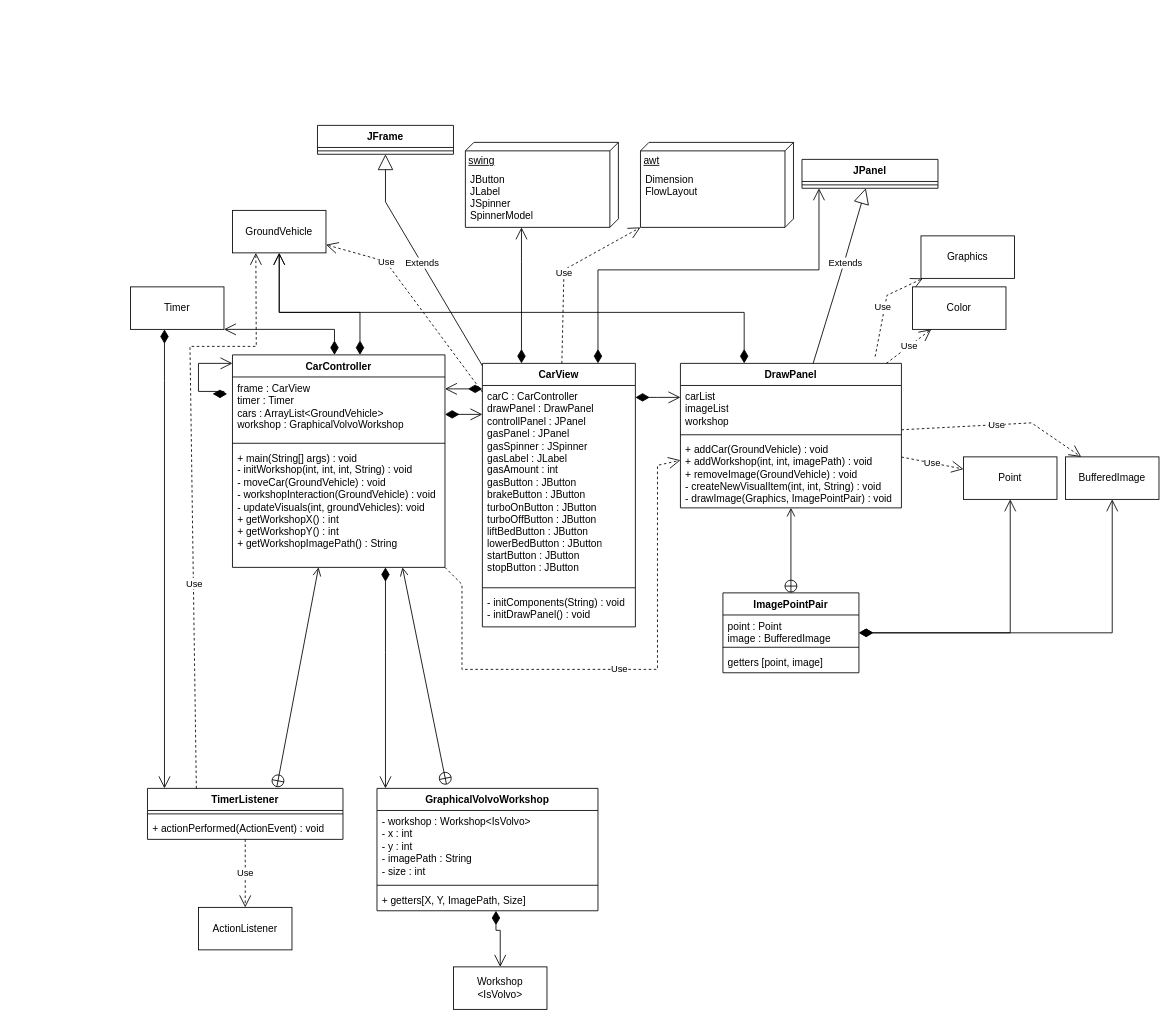
sophucking/Grupp16Labb3 keeps this draw.io diagram as Task2UML.drawio. Above is the earlier version. Source tidied: cells renumbered, new cells numbered last; positions are measured from the earlier drawing's top-left corner, leaving out a move shared by most shapes. Both pictures are drawn from the tidied source at 85%, with x=0, y=0 at pixel (130, 125).
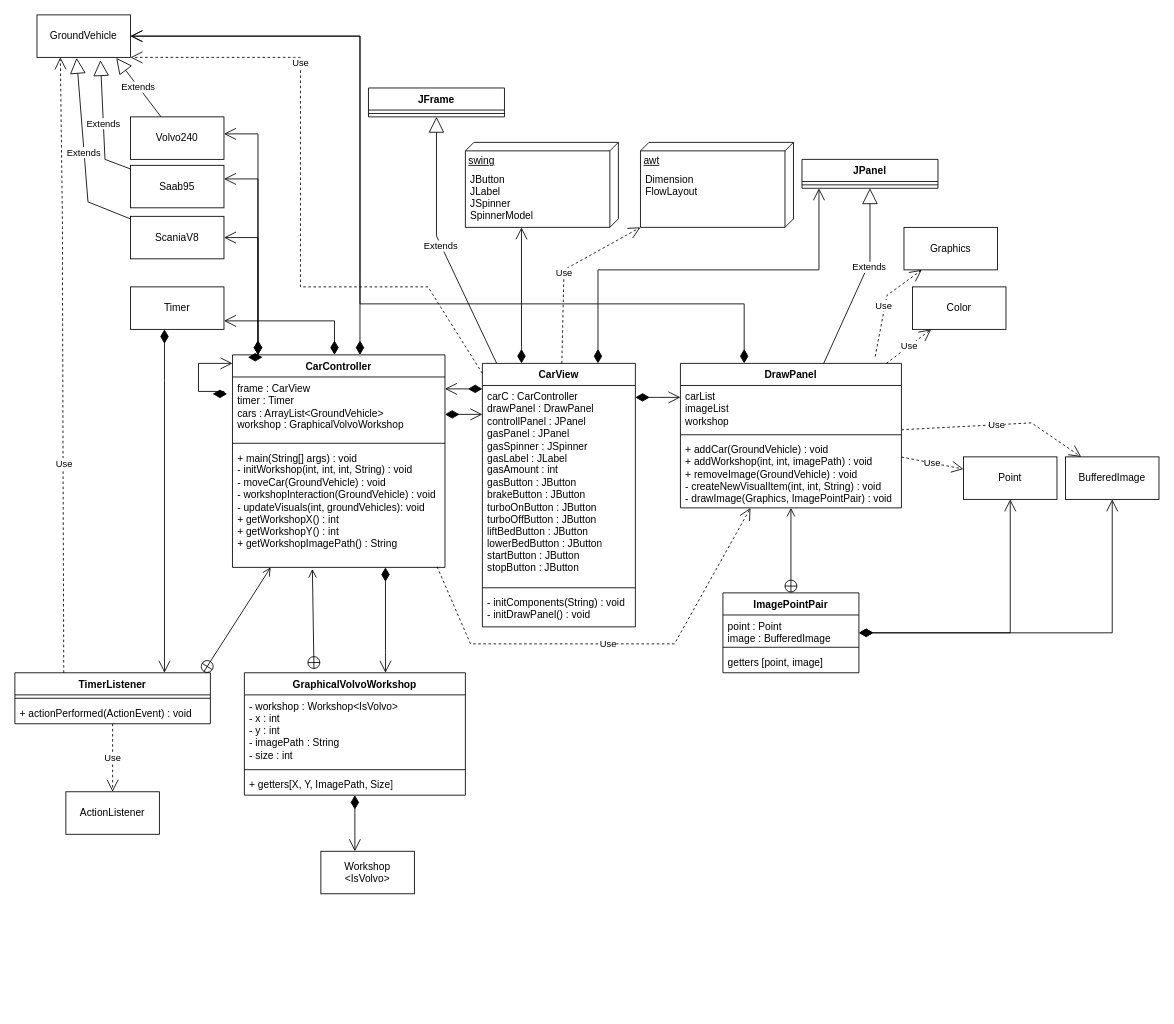
Above is the later version.

The change refers to these unchanged cells:
```xml
<mxCell id="2" value="&lt;div&gt;CarController&lt;/div&gt;" style="swimlane;fontStyle=1;align=center;verticalAlign=top;horizontal=1;startSize=26;whiteSpace=wrap;html=1;" parent="1" vertex="1">
  <mxGeometry x="120" y="270" width="250" height="250" as="geometry" />
</mxCell>
<mxCell id="5" value="&lt;div&gt;+ main(String[] args) : void&lt;/div&gt;&lt;div&gt;- initWorkshop(int, int, int, String) : void&lt;/div&gt;&lt;div&gt;- moveCar(GroundVehicle) : void&lt;br&gt;&lt;/div&gt;&lt;div&gt;- workshopInteraction(GroundVehicle) : void&lt;/div&gt;&lt;div&gt;- updateVisuals(int, groundVehicles): void&lt;/div&gt;&lt;div&gt;+ getWorkshopX() : int&lt;/div&gt;&lt;div&gt;+ getWorkshopY() : int&lt;/div&gt;&lt;div&gt;+ getWorkshopImagePath() : String&lt;br&gt;&lt;/div&gt;" style="text;strokeColor=none;fillColor=none;align=left;verticalAlign=top;spacingLeft=4;spacingRight=4;overflow=hidden;points=[[0,0.5],[1,0.5]];portConstraint=eastwest;whiteSpace=wrap;html=1;" parent="2" vertex="1">
  <mxGeometry y="108" width="250" height="142" as="geometry" />
</mxCell>
<mxCell id="7" value="CarView" style="swimlane;fontStyle=1;align=center;verticalAlign=top;horizontal=1;startSize=26;whiteSpace=wrap;html=1;" parent="1" vertex="1">
  <mxGeometry x="414" y="280" width="180" height="310" as="geometry" />
</mxCell>
<mxCell id="11" value="DrawPanel" style="swimlane;fontStyle=1;align=center;verticalAlign=top;horizontal=1;startSize=26;whiteSpace=wrap;html=1;" parent="1" vertex="1">
  <mxGeometry x="647" y="280" width="260" height="170" as="geometry" />
</mxCell>
<mxCell id="27" value="swing" style="verticalAlign=top;align=left;spacingTop=8;spacingLeft=2;spacingRight=12;shape=cube;size=10;direction=south;fontStyle=4;html=1;whiteSpace=wrap;" parent="1" vertex="1">
  <mxGeometry x="394" y="20" width="180" height="100" as="geometry" />
</mxCell>
<mxCell id="58" value="Timer" style="html=1;whiteSpace=wrap;" parent="1" vertex="1">
  <mxGeometry y="190" width="110" height="50" as="geometry" />
</mxCell>
<mxCell id="65" value="JPanel" style="swimlane;fontStyle=1;align=center;verticalAlign=top;horizontal=1;startSize=26;whiteSpace=wrap;html=1;" parent="1" vertex="1">
  <mxGeometry x="790" y="40" width="160" height="34" as="geometry" />
</mxCell>
```

The edit, as a diff of the source:
```diff
@@
     <mxCell id="15" value="&lt;div&gt;GraphicalVolvoWorkshop&lt;/div&gt;" style="swimlane;fontStyle=1;align=center;verticalAlign=top;horizontal=1;startSize=26;whiteSpace=wrap;html=1;" parent="1" vertex="1">
-      <mxGeometry x="290" y="780" width="260" height="144" as="geometry" />
+      <mxGeometry x="134" y="644" width="260" height="144" as="geometry" />
     </mxCell>
@@
-    <mxCell id="19" style="endArrow=open;startArrow=circlePlus;endFill=0;startFill=0;endSize=8;html=1;rounded=0;exitX=0.315;exitY=-0.028;exitDx=0;exitDy=0;entryX=0.8;entryY=1;entryDx=0;entryDy=0;entryPerimeter=0;exitPerimeter=0;" parent="1" edge="1" source="15" target="5">
+    <mxCell id="19" style="endArrow=open;startArrow=circlePlus;endFill=0;startFill=0;endSize=8;html=1;rounded=0;exitX=0.315;exitY=-0.028;exitDx=0;exitDy=0;entryX=0.376;entryY=1.014;entryDx=0;entryDy=0;entryPerimeter=0;exitPerimeter=0;" parent="1" edge="1" source="15" target="5">
       <mxGeometry relative="1" as="geometry" />
     </mxCell>
     <mxCell id="20" value="TimerListener" style="swimlane;fontStyle=1;align=center;verticalAlign=top;horizontal=1;startSize=26;whiteSpace=wrap;html=1;" parent="1" vertex="1">
-      <mxGeometry x="20" y="780" width="230" height="60" as="geometry" />
+      <mxGeometry x="-136" y="644" width="230" height="60" as="geometry" />
     </mxCell>
@@
-    <mxCell id="23" style="endArrow=open;startArrow=circlePlus;endFill=0;startFill=0;endSize=8;html=1;rounded=0;exitX=0.661;exitY=-0.017;exitDx=0;exitDy=0;exitPerimeter=0;" parent="1" edge="1" source="20" target="2">
+    <mxCell id="23" style="endArrow=open;startArrow=circlePlus;endFill=0;startFill=0;endSize=8;html=1;rounded=0;exitX=0.965;exitY=-0.011;exitDx=0;exitDy=0;exitPerimeter=0;" parent="1" edge="1" source="20" target="2">
       <mxGeometry relative="1" as="geometry" />
     </mxCell>
     <mxCell id="24" value="&lt;div&gt;Workshop&lt;/div&gt;&lt;div&gt;&amp;lt;IsVolvo&amp;gt;&lt;/div&gt;" style="html=1;whiteSpace=wrap;" parent="1" vertex="1">
-      <mxGeometry x="380" y="990" width="110" height="50" as="geometry" />
+      <mxGeometry x="224" y="854" width="110" height="50" as="geometry" />
     </mxCell>
     <mxCell id="25" value="1" style="endArrow=open;html=1;endSize=12;startArrow=diamondThin;startSize=14;startFill=1;edgeStyle=orthogonalEdgeStyle;align=left;verticalAlign=bottom;rounded=0;fontColor=none;noLabel=1;" parent="1" edge="1" source="15" target="24">
       <mxGeometry x="-1" y="3" relative="1" as="geometry">
         <Array as="points">
-          <mxPoint x="430" y="947" />
-          <mxPoint x="435" y="947" />
+          <mxPoint x="264" y="830" />
+          <mxPoint x="264" y="830" />
         </Array>
       </mxGeometry>
     </mxCell>
@@
     <mxCell id="29" value="1" style="endArrow=open;html=1;endSize=12;startArrow=diamondThin;startSize=14;startFill=1;edgeStyle=orthogonalEdgeStyle;align=left;verticalAlign=bottom;rounded=0;fontColor=none;noLabel=1;" parent="1" edge="1" source="7" target="27">
       <mxGeometry x="-1" y="3" relative="1" as="geometry">
         <Array as="points">
-          <mxPoint x="460" y="160" />
-          <mxPoint x="460" y="160" />
+          <mxPoint x="460" y="260" />
+          <mxPoint x="460" y="260" />
         </Array>
       </mxGeometry>
     </mxCell>
@@
-    <mxCell id="32" value="Use" style="endArrow=open;endSize=12;dashed=1;html=1;rounded=0;" parent="1" edge="1" source="2" target="11">
+    <mxCell id="32" value="Use" style="endArrow=open;endSize=12;dashed=1;html=1;rounded=0;exitX=0.963;exitY=0.995;exitDx=0;exitDy=0;exitPerimeter=0;" parent="1" edge="1" source="5" target="11">
       <mxGeometry relative="1" as="geometry">
         <Array as="points">
-          <mxPoint x="390" y="540" />
-          <mxPoint x="390" y="640" />
-          <mxPoint x="620" y="640" />
-          <mxPoint x="620" y="400" />
+          <mxPoint x="400" y="610" />
+          <mxPoint x="640" y="610" />
         </Array>
       </mxGeometry>
     </mxCell>
@@
     <mxCell id="35" value="ActionListener" style="html=1;whiteSpace=wrap;" parent="1" vertex="1">
-      <mxGeometry x="80" y="920" width="110" height="50" as="geometry" />
+      <mxGeometry x="-76" y="784" width="110" height="50" as="geometry" />
     </mxCell>
@@
     <mxCell id="37" value="&lt;div&gt;GroundVehicle&lt;/div&gt;" style="html=1;whiteSpace=wrap;" parent="1" vertex="1">
-      <mxGeometry x="120" y="100" width="110" height="50" as="geometry" />
+      <mxGeometry x="-110" y="-130" width="110" height="50" as="geometry" />
     </mxCell>
     <mxCell id="38" value="1" style="endArrow=open;html=1;endSize=12;startArrow=diamondThin;startSize=14;startFill=1;edgeStyle=orthogonalEdgeStyle;align=left;verticalAlign=bottom;rounded=0;fontColor=none;noLabel=1;" parent="1" edge="1" source="2" target="37">
       <mxGeometry x="-1" y="3" relative="1" as="geometry">
         <Array as="points">
-          <mxPoint x="270" y="220" />
-          <mxPoint x="175" y="220" />
+          <mxPoint x="270" y="180" />
+          <mxPoint x="270" y="180" />
         </Array>
       </mxGeometry>
     </mxCell>
-    <mxCell id="39" value="Use" style="endArrow=open;endSize=12;dashed=1;html=1;rounded=0;" parent="1" edge="1" source="7" target="37">
+    <mxCell id="39" value="Use" style="endArrow=open;endSize=12;dashed=1;html=1;rounded=0;entryX=1;entryY=1;entryDx=0;entryDy=0;" parent="1" edge="1" source="7" target="37">
       <mxGeometry x="0.44" relative="1" as="geometry">
         <Array as="points">
-          <mxPoint x="300" y="160" />
+          <mxPoint x="350" y="190" />
+          <mxPoint x="200" y="190" />
+          <mxPoint x="200" y="-80" />
         </Array>
       </mxGeometry>
     </mxCell>
     <mxCell id="40" value="1" style="endArrow=open;html=1;endSize=12;startArrow=diamondThin;startSize=14;startFill=1;edgeStyle=orthogonalEdgeStyle;align=left;verticalAlign=bottom;rounded=0;fontColor=none;noLabel=1;" parent="1" edge="1" source="11" target="37">
       <mxGeometry x="-1" y="3" relative="1" as="geometry">
         <Array as="points">
-          <mxPoint x="722" y="220" />
-          <mxPoint x="175" y="220" />
+          <mxPoint x="722" y="210" />
+          <mxPoint x="270" y="210" />
         </Array>
       </mxGeometry>
     </mxCell>
@@
     <mxCell id="49" value="&lt;div&gt;Graphics&lt;/div&gt;" style="html=1;whiteSpace=wrap;" parent="1" vertex="1">
-      <mxGeometry x="930" y="130" width="110" height="50" as="geometry" />
+      <mxGeometry x="910" y="120" width="110" height="50" as="geometry" />
     </mxCell>
@@
     <mxCell id="59" value="1" style="endArrow=open;html=1;endSize=12;startArrow=diamondThin;startSize=14;startFill=1;edgeStyle=orthogonalEdgeStyle;align=left;verticalAlign=bottom;rounded=0;fontColor=none;noLabel=1;" parent="1" edge="1" source="2" target="58">
       <mxGeometry x="-1" y="3" relative="1" as="geometry">
         <Array as="points">
-          <mxPoint x="240" y="240" />
+          <mxPoint x="240" y="230" />
         </Array>
       </mxGeometry>
     </mxCell>
@@
     <mxCell id="61" value="Use" style="endArrow=open;endSize=12;dashed=1;html=1;rounded=0;entryX=0.25;entryY=1;entryDx=0;entryDy=0;exitX=0.25;exitY=0;exitDx=0;exitDy=0;" parent="1" edge="1" source="20" target="37">
       <mxGeometry x="-0.32" y="-1" relative="1" as="geometry">
         <Array as="points">
-          <mxPoint x="70" y="260" />
-          <mxPoint x="148" y="260" />
+          <mxPoint x="-80" y="180" />
+          <mxPoint x="-80" y="120" />
         </Array>
       </mxGeometry>
     </mxCell>
     <mxCell id="62" value="JFrame" style="swimlane;fontStyle=1;align=center;verticalAlign=top;horizontal=1;startSize=26;whiteSpace=wrap;html=1;" parent="1" vertex="1">
-      <mxGeometry x="220" width="160" height="34" as="geometry" />
+      <mxGeometry x="280" y="-44" width="160" height="34" as="geometry" />
     </mxCell>
@@
     <mxCell id="64" value="Extends" style="endArrow=block;endSize=16;endFill=0;html=1;rounded=0;" parent="1" edge="1" source="7" target="62">
       <mxGeometry relative="1" as="geometry">
         <Array as="points">
-          <mxPoint x="300" y="90" />
+          <mxPoint x="360" y="130" />
         </Array>
       </mxGeometry>
     </mxCell>
@@
     <mxCell id="67" value="Extends" style="endArrow=block;endSize=16;endFill=0;html=1;rounded=0;" parent="1" edge="1" source="11" target="65">
       <mxGeometry x="0.15" y="-2" relative="1" as="geometry">
         <Array as="points">
-          <mxPoint x="840" y="160" />
+          <mxPoint x="870" y="160" />
         </Array>
       </mxGeometry>
     </mxCell>
@@
+    <mxCell id="69" value="&lt;div&gt;Volvo240&lt;/div&gt;" style="html=1;whiteSpace=wrap;" parent="1" vertex="1">
+      <mxGeometry y="-10" width="110" height="50" as="geometry" />
+    </mxCell>
+    <mxCell id="70" value="Saab95" style="html=1;whiteSpace=wrap;" parent="1" vertex="1">
+      <mxGeometry y="47" width="110" height="50" as="geometry" />
+    </mxCell>
+    <mxCell id="71" value="&lt;div&gt;ScaniaV8&lt;/div&gt;" style="html=1;whiteSpace=wrap;" parent="1" vertex="1">
+      <mxGeometry y="107" width="110" height="50" as="geometry" />
+    </mxCell>
+    <mxCell id="72" value="1" style="endArrow=open;html=1;endSize=12;startArrow=diamondThin;startSize=14;startFill=1;edgeStyle=orthogonalEdgeStyle;align=left;verticalAlign=bottom;rounded=0;fontColor=none;noLabel=1;entryX=1;entryY=0.5;entryDx=0;entryDy=0;" parent="1" edge="1" source="2" target="71">
+      <mxGeometry x="-1" y="3" relative="1" as="geometry">
+        <Array as="points">
+          <mxPoint x="150" y="132" />
+        </Array>
+      </mxGeometry>
+    </mxCell>
+    <mxCell id="73" value="1" style="endArrow=open;html=1;endSize=12;startArrow=diamondThin;startSize=14;startFill=1;edgeStyle=orthogonalEdgeStyle;align=left;verticalAlign=bottom;rounded=0;fontColor=none;noLabel=1;entryX=1;entryY=0.5;entryDx=0;entryDy=0;exitX=0.141;exitY=0.011;exitDx=0;exitDy=0;exitPerimeter=0;" parent="1" edge="1" source="2">
+      <mxGeometry x="-1" y="3" relative="1" as="geometry">
+        <mxPoint x="110" y="63" as="targetPoint" />
+        <Array as="points">
+          <mxPoint x="150" y="273" />
+          <mxPoint x="150" y="63" />
+        </Array>
+      </mxGeometry>
+    </mxCell>
+    <mxCell id="74" value="1" style="endArrow=open;html=1;endSize=12;startArrow=diamondThin;startSize=14;startFill=1;edgeStyle=orthogonalEdgeStyle;align=left;verticalAlign=bottom;rounded=0;fontColor=none;noLabel=1;entryX=1;entryY=0.5;entryDx=0;entryDy=0;" parent="1" edge="1" source="2">
+      <mxGeometry x="-1" y="3" relative="1" as="geometry">
+        <mxPoint x="110" y="10" as="targetPoint" />
+        <Array as="points">
+          <mxPoint x="150" y="10" />
+        </Array>
+      </mxGeometry>
+    </mxCell>
+    <mxCell id="75" value="Extends" style="endArrow=block;endSize=16;endFill=0;html=1;rounded=0;entryX=0.848;entryY=1.013;entryDx=0;entryDy=0;entryPerimeter=0;" parent="1" edge="1" source="69" target="37">
+      <mxGeometry relative="1" as="geometry" />
+    </mxCell>
+    <mxCell id="76" value="Extends" style="endArrow=block;endSize=16;endFill=0;html=1;rounded=0;entryX=0.679;entryY=1.067;entryDx=0;entryDy=0;entryPerimeter=0;" parent="1" edge="1" source="70" target="37">
+      <mxGeometry relative="1" as="geometry">
+        <Array as="points">
+          <mxPoint x="-30" y="40" />
+        </Array>
+      </mxGeometry>
+    </mxCell>
+    <mxCell id="77" value="Extends" style="endArrow=block;endSize=16;endFill=0;html=1;rounded=0;entryX=0.424;entryY=1.013;entryDx=0;entryDy=0;entryPerimeter=0;" parent="1" edge="1" source="71" target="37">
+      <mxGeometry relative="1" as="geometry">
+        <Array as="points">
+          <mxPoint x="-50" y="90" />
+        </Array>
+      </mxGeometry>
+    </mxCell>
```
